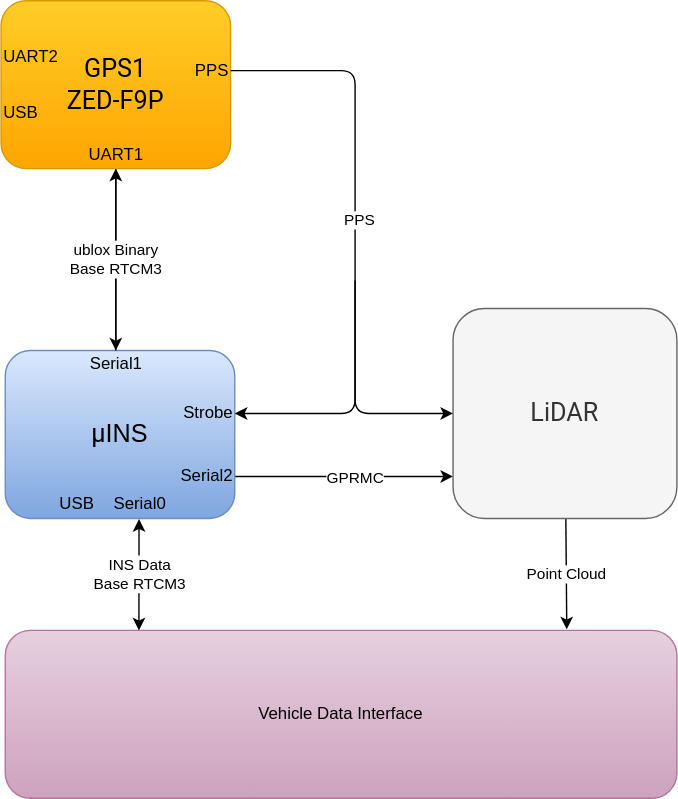
This is docs/user-manual/gnss/images/F9P_Positioning_Connection_Diagram.svg from inertialsense/docs.inertialsense.com, a draw.io export, as it was before one commit. Source tidied: cells renumbered, new cells last; positions are measured from the earlier drawing's top-left corner, leaving out a move shared by most shapes.
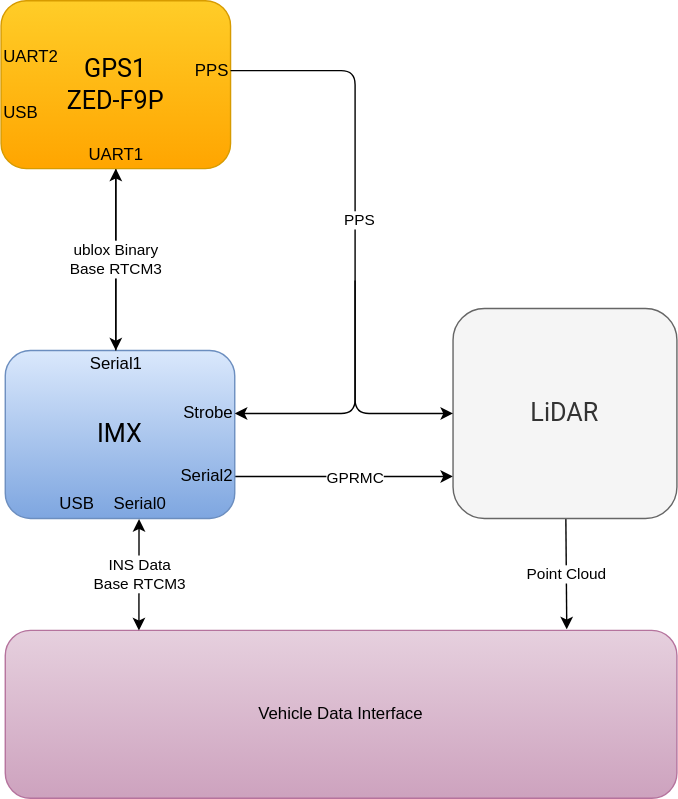
Later version of the same file.

Diff of the diagram source:
```diff
@@ -8,7 +8,7 @@
     <mxCell id="3" value="GPRMC" style="edgeLabel;html=1;align=center;verticalAlign=middle;" parent="2" vertex="1">
       <mxGeometry x="0.09" relative="1" as="geometry" />
     </mxCell>
-    <mxCell id="4" value="&lt;font style=&quot;font-size: 18px&quot;&gt;&lt;span style=&quot;font-family: &amp;#34;roboto&amp;#34; , &amp;#34;arial&amp;#34; , sans-serif ; text-align: left&quot;&gt;μ&lt;/span&gt;INS&lt;/font&gt;" style="rounded=1;whiteSpace=wrap;html=1;fillColor=#dae8fc;strokeColor=#6c8ebf;gradientColor=#7ea6e0;" parent="1" vertex="1">
+    <mxCell id="4" value="&lt;div style=&quot;text-align: left;&quot;&gt;&lt;span style=&quot;background-color: initial; font-size: 18px;&quot;&gt;&lt;font face=&quot;roboto, arial, sans-serif&quot;&gt;IMX&lt;/font&gt;&lt;/span&gt;&lt;/div&gt;" style="rounded=1;whiteSpace=wrap;html=1;fillColor=#dae8fc;strokeColor=#6c8ebf;gradientColor=#7ea6e0;" parent="1" vertex="1">
       <mxGeometry x="3" y="250" width="164" height="120" as="geometry" />
     </mxCell>
     <mxCell id="5" style="edgeStyle=none;rounded=0;jettySize=auto;html=1;" parent="1" edge="1" source="6">
```
